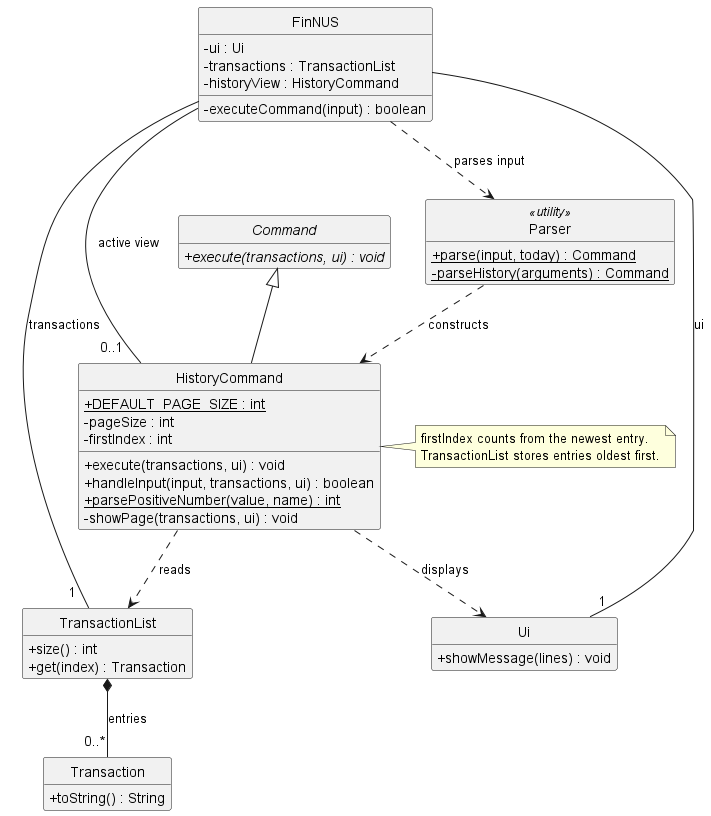
This is docs/images/HistoryClassDiagram.png from AY2627S1-CS2113-W13-2/tp, a PlantUML export, as it was before one commit.
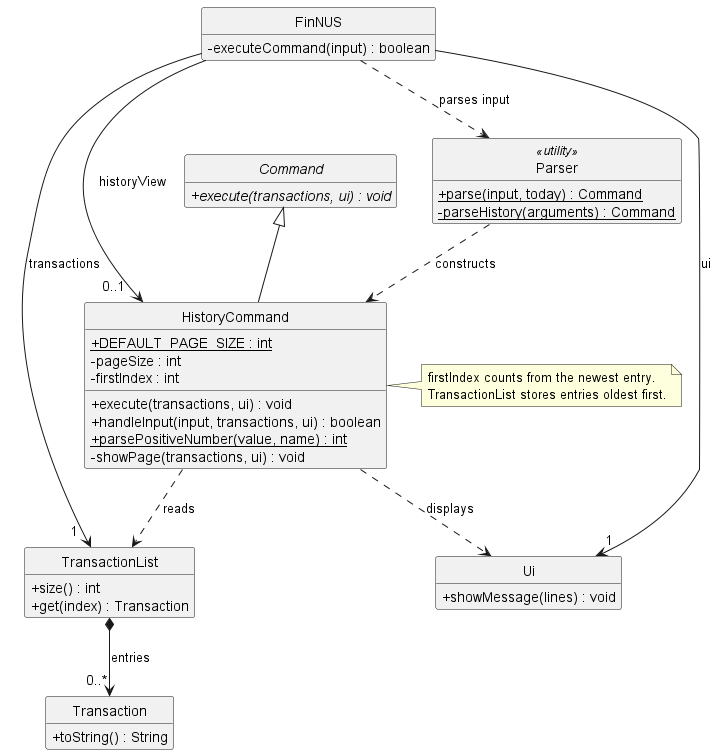
After the change.

Commit message:
Fix overlapping of lines with arrows

What changed in the source:
```diff
@@ -5,9 +5,6 @@
 skinparam classAttributeIconSize 0
 
 class FinNUS {
-    - ui : Ui
-    - transactions : TransactionList
-    - historyView : HistoryCommand
     - executeCommand(input) : boolean
 }
 
@@ -44,14 +41,14 @@
 }
 
 Command <|-- HistoryCommand
-FinNUS -- "1" Ui : ui
-FinNUS -- "1  " TransactionList : transactions
-FinNUS -- "0..1  " HistoryCommand : active view
+FinNUS --> "1" Ui : ui
+FinNUS --> "1  " TransactionList : transactions
+FinNUS --> "0..1  " HistoryCommand : historyView
 FinNUS ..> Parser : parses input
 Parser ..> HistoryCommand : constructs
 HistoryCommand ..> TransactionList : reads
 HistoryCommand ..> Ui : displays
-TransactionList *-- "0..*" Transaction : entries
+TransactionList *--> "0..*" Transaction : entries
 
 note right of HistoryCommand
   firstIndex counts from the newest entry.
```
